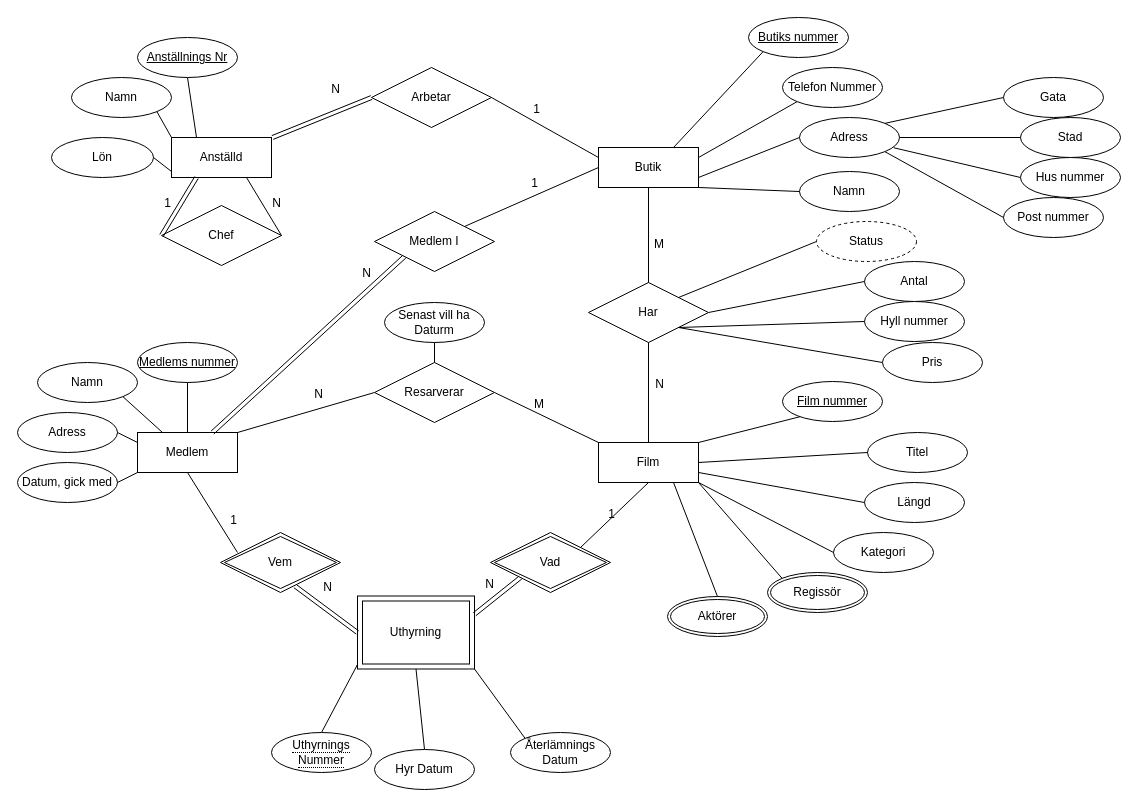
The draw.io diagram Labb2/ER1.drawio in PyroG8r/Databaser-DT139G, before the edit. Source tidied: cells renumbered, new cells numbered last; positions are measured from the earlier drawing's top-left corner, leaving out a move shared by most shapes. Both pictures are drawn from the tidied source at 100%, with x=0, y=0 at pixel (17, 17).
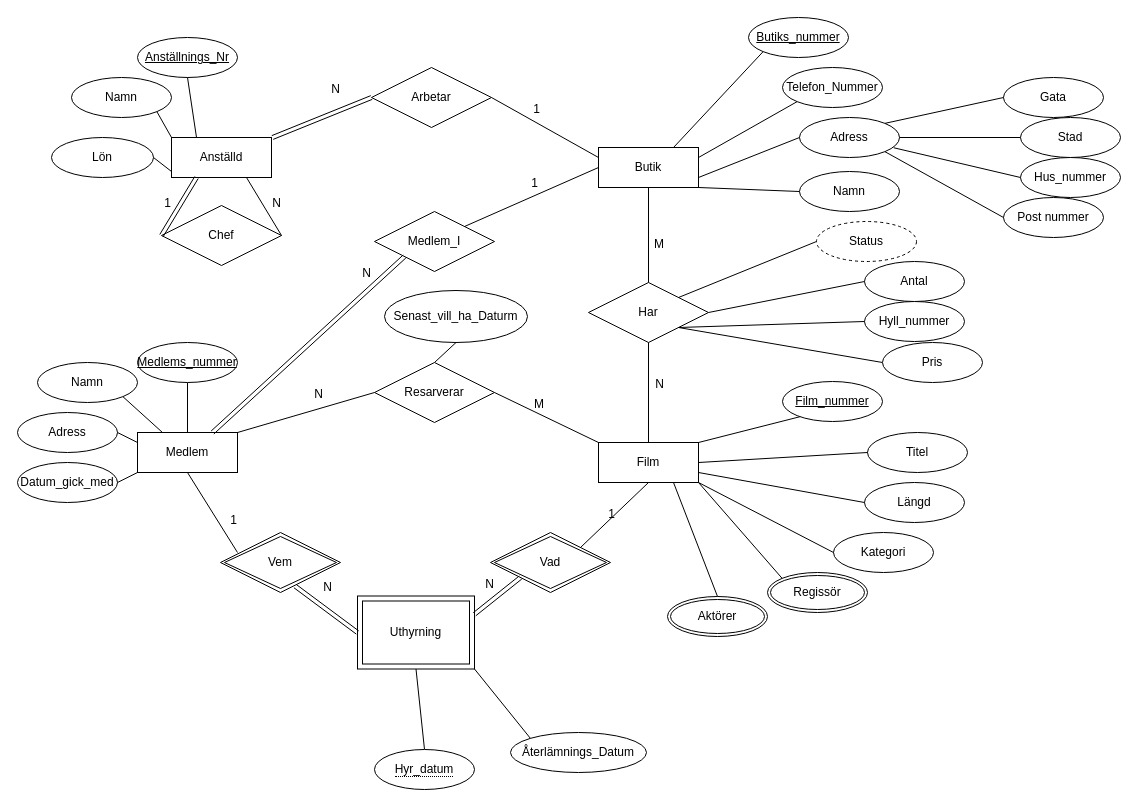
After the change.

Unchanged cells that the change refers to:
```xml
<mxCell id="35" value="Uthyrning" style="shape=ext;margin=3;double=1;whiteSpace=wrap;html=1;align=center;" parent="1" vertex="1">
  <mxGeometry x="340" y="578.5" width="117" height="73" as="geometry" />
</mxCell>
```

The edit, as a diff of the source:
```diff
@@
-    <mxCell id="4" value="Telefon Nummer" style="ellipse;whiteSpace=wrap;html=1;align=center;" parent="1" vertex="1">
+    <mxCell id="4" value="Telefon_Nummer" style="ellipse;whiteSpace=wrap;html=1;align=center;" parent="1" vertex="1">
       <mxGeometry x="765" y="50" width="100" height="40" as="geometry" />
     </mxCell>
-    <mxCell id="5" value="Butiks nummer" style="ellipse;whiteSpace=wrap;html=1;align=center;fontStyle=4;" parent="1" vertex="1">
+    <mxCell id="5" value="Butiks_nummer" style="ellipse;whiteSpace=wrap;html=1;align=center;fontStyle=4;" parent="1" vertex="1">
       <mxGeometry x="731" width="100" height="40" as="geometry" />
     </mxCell>
@@
-    <mxCell id="13" value="&lt;u&gt;Anställnings Nr&lt;/u&gt;" style="ellipse;whiteSpace=wrap;html=1;align=center;" parent="1" vertex="1">
+    <mxCell id="13" value="&lt;u&gt;Anställnings_Nr&lt;/u&gt;" style="ellipse;whiteSpace=wrap;html=1;align=center;" parent="1" vertex="1">
       <mxGeometry x="120" y="20" width="100" height="40" as="geometry" />
     </mxCell>
@@
-    <mxCell id="17" value="Datum, gick med" style="ellipse;whiteSpace=wrap;html=1;align=center;" parent="1" vertex="1">
+    <mxCell id="17" value="Datum_gick_med" style="ellipse;whiteSpace=wrap;html=1;align=center;" parent="1" vertex="1">
       <mxGeometry y="445" width="100" height="40" as="geometry" />
     </mxCell>
@@
-    <mxCell id="29" value="Senast vill ha Daturm" style="ellipse;whiteSpace=wrap;html=1;align=center;" parent="1" vertex="1">
-      <mxGeometry x="367" y="285" width="100" height="40" as="geometry" />
+    <mxCell id="29" value="Senast_vill_ha_Daturm" style="ellipse;whiteSpace=wrap;html=1;align=center;" parent="1" vertex="1">
+      <mxGeometry x="367" y="273" width="143" height="52" as="geometry" />
     </mxCell>
@@
-    <mxCell id="36" style="endArrow=none;html=1;rounded=0;exitX=0.5;exitY=0;exitDx=0;exitDy=0;" parent="1" edge="1" source="46">
-      <mxGeometry relative="1" as="geometry">
-        <mxPoint x="340" y="647" as="targetPoint" />
-      </mxGeometry>
-    </mxCell>
@@
-    <mxCell id="46" value="&lt;span style=&quot;border-bottom: 1px dotted&quot;&gt;Uthyrnings Nummer&lt;/span&gt;" style="ellipse;whiteSpace=wrap;html=1;align=center;" parent="1" vertex="1">
-      <mxGeometry x="254" y="715" width="100" height="40" as="geometry" />
-    </mxCell>
@@
-    <mxCell id="48" value="Hyr Datum" style="ellipse;whiteSpace=wrap;html=1;align=center;" parent="1" vertex="1">
-      <mxGeometry x="357" y="732" width="100" height="40" as="geometry" />
-    </mxCell>
-    <mxCell id="49" value="Återlämnings Datum" style="ellipse;whiteSpace=wrap;html=1;align=center;" parent="1" vertex="1">
-      <mxGeometry x="493" y="715" width="100" height="40" as="geometry" />
+    <mxCell id="49" value="Återlämnings_Datum" style="ellipse;whiteSpace=wrap;html=1;align=center;" parent="1" vertex="1">
+      <mxGeometry x="493" y="715" width="136" height="40" as="geometry" />
     </mxCell>
-    <mxCell id="50" style="endArrow=none;html=1;rounded=0;entryX=0.5;entryY=1;entryDx=0;entryDy=0;exitX=0.5;exitY=0;exitDx=0;exitDy=0;" parent="1" edge="1" source="48" target="35">
-      <mxGeometry relative="1" as="geometry" />
+    <mxCell id="50" style="endArrow=none;html=1;rounded=0;entryX=0.5;entryY=1;entryDx=0;entryDy=0;exitX=0.5;exitY=0;exitDx=0;exitDy=0;" parent="1" edge="1" target="35">
+      <mxGeometry relative="1" as="geometry">
+        <mxPoint x="407" y="732" as="sourcePoint" />
+      </mxGeometry>
     </mxCell>
@@
-    <mxCell id="65" value="Medlem I" style="shape=rhombus;perimeter=rhombusPerimeter;whiteSpace=wrap;html=1;align=center;" parent="1" vertex="1">
+    <mxCell id="65" value="Medlem_I" style="shape=rhombus;perimeter=rhombusPerimeter;whiteSpace=wrap;html=1;align=center;" parent="1" vertex="1">
       <mxGeometry x="357" y="194" width="120" height="60" as="geometry" />
     </mxCell>
@@
-    <mxCell id="80" value="Hus nummer" style="ellipse;whiteSpace=wrap;html=1;align=center;" parent="1" vertex="1">
+    <mxCell id="80" value="Hus_nummer" style="ellipse;whiteSpace=wrap;html=1;align=center;" parent="1" vertex="1">
       <mxGeometry x="1003" y="140" width="100" height="40" as="geometry" />
     </mxCell>
@@
-    <mxCell id="86" value="Hyll nummer" style="ellipse;whiteSpace=wrap;html=1;align=center;" parent="1" vertex="1">
+    <mxCell id="86" value="Hyll_nummer" style="ellipse;whiteSpace=wrap;html=1;align=center;" parent="1" vertex="1">
       <mxGeometry x="847" y="284" width="100" height="40" as="geometry" />
     </mxCell>
@@
-    <mxCell id="96" value="Medlems nummer" style="ellipse;whiteSpace=wrap;html=1;align=center;fontStyle=4;" parent="1" vertex="1">
+    <mxCell id="96" value="Medlems_nummer" style="ellipse;whiteSpace=wrap;html=1;align=center;fontStyle=4;" parent="1" vertex="1">
       <mxGeometry x="120" y="325" width="100" height="40" as="geometry" />
     </mxCell>
-    <mxCell id="97" value="Film nummer" style="ellipse;whiteSpace=wrap;html=1;align=center;fontStyle=4;" parent="1" vertex="1">
+    <mxCell id="97" value="Film_nummer" style="ellipse;whiteSpace=wrap;html=1;align=center;fontStyle=4;" parent="1" vertex="1">
       <mxGeometry x="765" y="364" width="100" height="40" as="geometry" />
     </mxCell>
@@
+    <mxCell id="100" value="&lt;span style=&quot;border-bottom: 1px dotted&quot;&gt;Hyr_datum&lt;/span&gt;" style="ellipse;whiteSpace=wrap;html=1;align=center;" parent="1" vertex="1">
+      <mxGeometry x="357" y="732" width="100" height="40" as="geometry" />
+    </mxCell>
```
